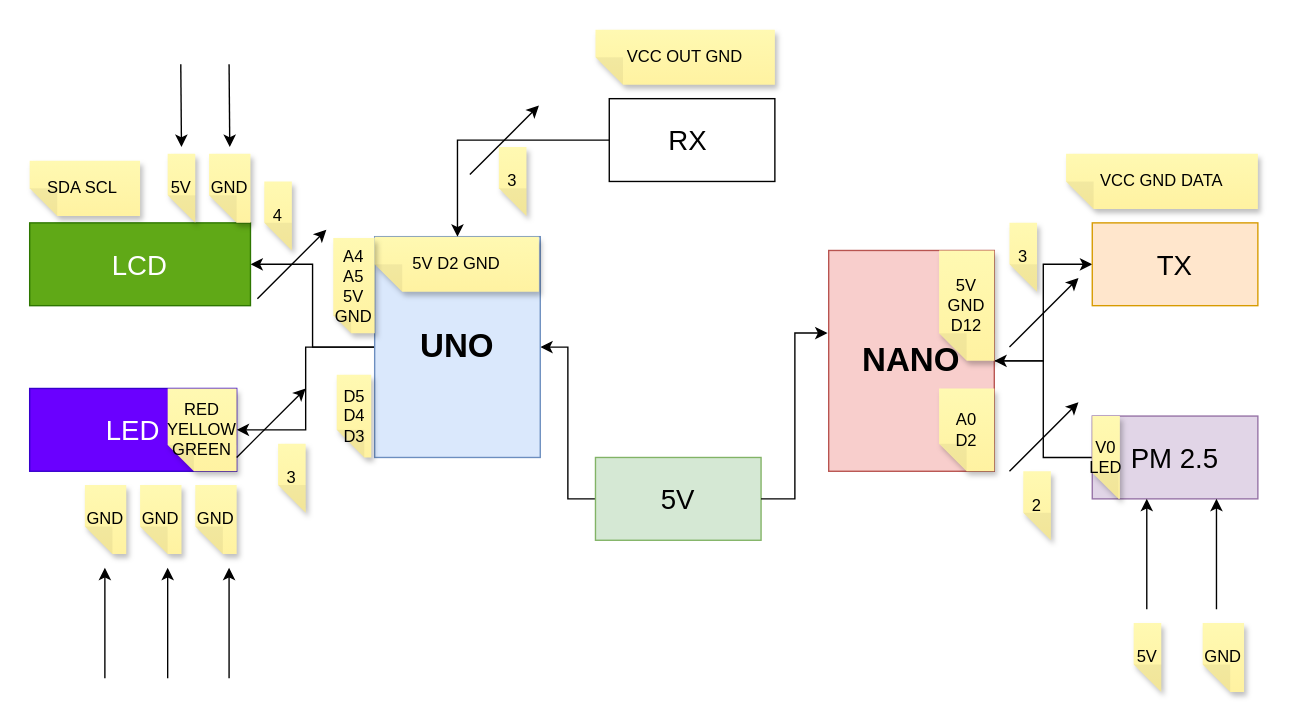
Before: Untitled Diagram.drawio in PhuocKhuat/demo_git_bc58, a draw.io diagram. Source tidied: cells renumbered, new cells numbered last; positions are measured from the earlier drawing's top-left corner, leaving out a move shared by most shapes. Both pictures are drawn from the tidied source at 138%, with x=0, y=0 at pixel (29, 29).
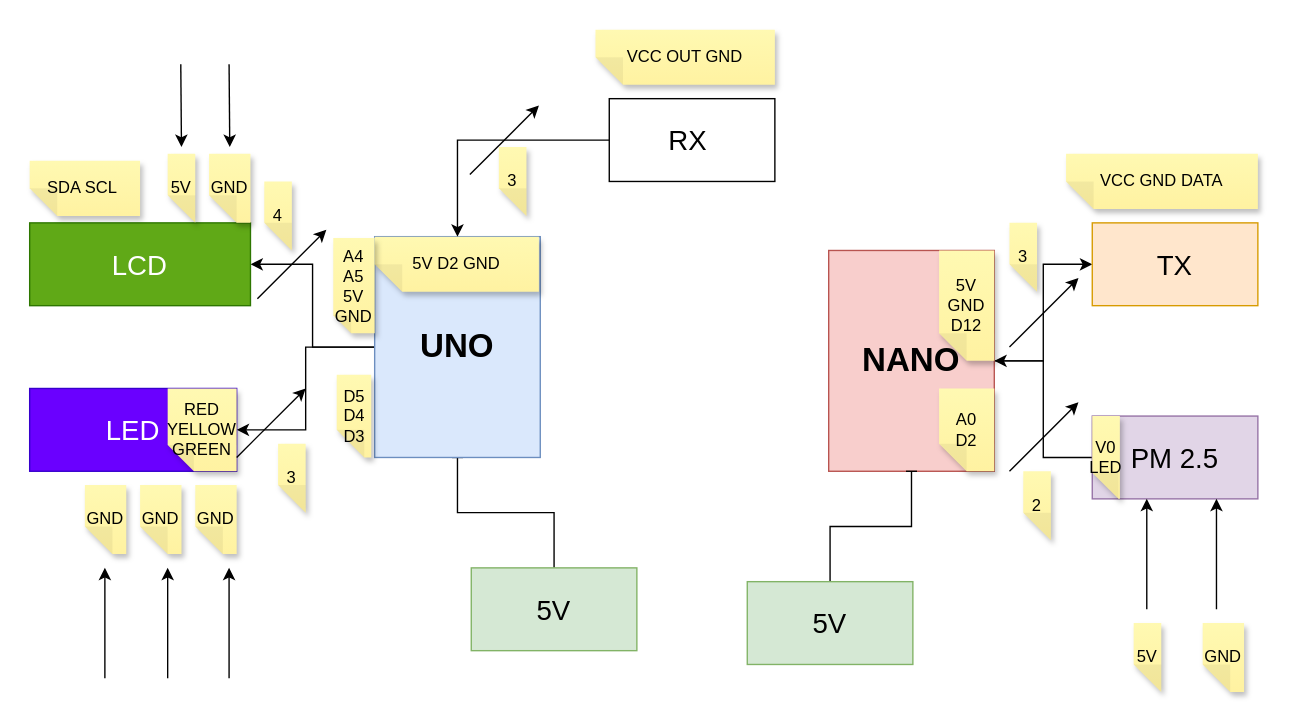
The same page after the edit.

Unchanged cells that the change refers to:
```xml
<mxCell id="5" value="&lt;h1&gt;NANO&lt;/h1&gt;" style="rounded=0;whiteSpace=wrap;html=1;fillColor=#f8cecc;strokeColor=#b85450;" parent="1" vertex="1">
  <mxGeometry x="579" y="160" width="120" height="160" as="geometry" />
</mxCell>
<mxCell id="12" value="&lt;h1&gt;UNO&lt;/h1&gt;" style="rounded=0;whiteSpace=wrap;html=1;fillColor=#dae8fc;strokeColor=#6c8ebf;" parent="1" vertex="1">
  <mxGeometry x="250" y="150" width="120" height="160" as="geometry" />
</mxCell>
```

What changed in the source:
```diff
@@
-    <mxCell id="7" style="edgeStyle=orthogonalEdgeStyle;rounded=0;jettySize=auto;html=1;" parent="1" edge="1" source="8" target="12">
+    <mxCell id="7" style="rounded=0;jettySize=auto;html=1;elbow=vertical;edgeStyle=orthogonalEdgeStyle;curved=0;endArrow=baseDash;endFill=0;" parent="1" edge="1" source="8" target="12">
       <mxGeometry relative="1" as="geometry" />
     </mxCell>
     <mxCell id="8" value="&lt;font style=&quot;font-size: 20px;&quot;&gt;5V&lt;/font&gt;" style="rounded=0;whiteSpace=wrap;html=1;fillColor=#d5e8d4;strokeColor=#82b366;" parent="1" vertex="1">
-      <mxGeometry x="410" y="310" width="120" height="60" as="geometry" />
+      <mxGeometry x="320" y="390" width="120" height="60" as="geometry" />
     </mxCell>
-    <mxCell id="9" style="edgeStyle=orthogonalEdgeStyle;rounded=0;jettySize=auto;html=1;entryX=-0.007;entryY=0.374;entryDx=0;entryDy=0;entryPerimeter=0;" parent="1" edge="1" source="8" target="5">
-      <mxGeometry relative="1" as="geometry" />
-    </mxCell>
@@
+    <mxCell id="51" style="edgeStyle=orthogonalEdgeStyle;rounded=0;jettySize=auto;html=1;startArrow=none;startFill=0;endArrow=baseDash;endFill=0;" parent="1" edge="1" source="52" target="5">
+      <mxGeometry relative="1" as="geometry" />
+    </mxCell>
+    <mxCell id="52" value="&lt;font style=&quot;font-size: 20px;&quot;&gt;5V&lt;/font&gt;" style="rounded=0;whiteSpace=wrap;html=1;fillColor=#d5e8d4;strokeColor=#82b366;" parent="1" vertex="1">
+      <mxGeometry x="520" y="400" width="120" height="60" as="geometry" />
+    </mxCell>
```
